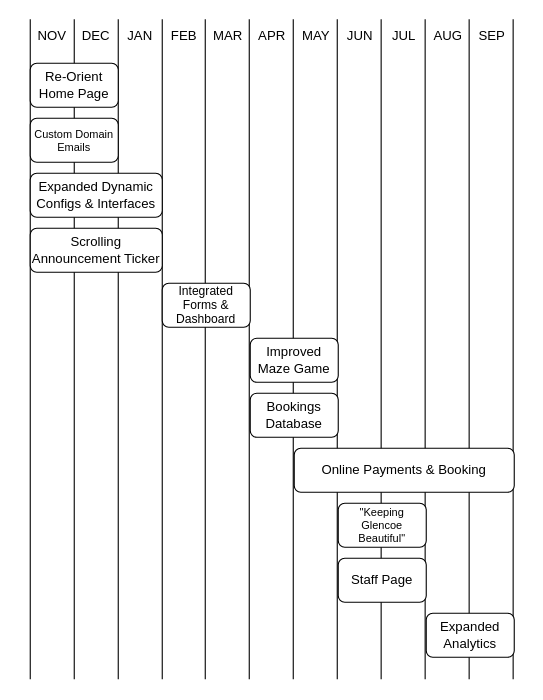
Earlier version of the draw.io diagram OMPP Roadmap.drawio (macglencoe/diagrams). Source tidied: cells renumbered, new cells numbered last; positions are measured from the earlier drawing's top-left corner, leaving out a move shared by most shapes. Both pictures are drawn from the tidied source at 110%, with x=0, y=0 at pixel (19, 19).
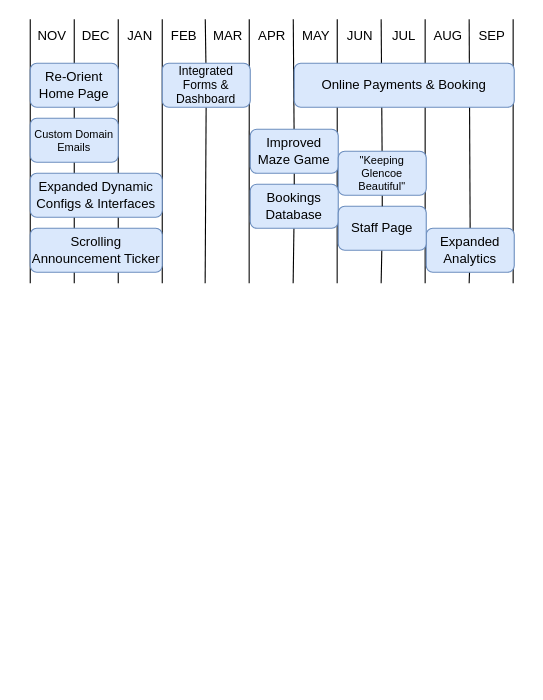
The same diagram, later.

Diff of the diagram source:
```diff
@@
     <mxCell id="2" style="endArrow=none;html=1;rounded=0;" parent="1" edge="1">
       <mxGeometry relative="1" as="geometry">
-        <mxPoint x="130" y="600" as="sourcePoint" />
+        <mxPoint x="130" y="240" as="sourcePoint" />
         <mxPoint x="130" as="targetPoint" />
       </mxGeometry>
     </mxCell>
     <mxCell id="3" style="endArrow=none;html=1;rounded=0;" parent="1" edge="1">
       <mxGeometry relative="1" as="geometry">
-        <mxPoint x="90" y="600" as="sourcePoint" />
+        <mxPoint x="90" y="240" as="sourcePoint" />
         <mxPoint x="90" as="targetPoint" />
       </mxGeometry>
     </mxCell>
     <mxCell id="4" style="endArrow=none;html=1;rounded=0;" parent="1" edge="1">
       <mxGeometry relative="1" as="geometry">
-        <mxPoint x="209.1" y="600" as="sourcePoint" />
+        <mxPoint x="209" y="240" as="sourcePoint" />
         <mxPoint x="209.1" as="targetPoint" />
       </mxGeometry>
     </mxCell>
-    <mxCell id="5" style="endArrow=none;html=1;rounded=0;" parent="1" edge="1">
+    <mxCell id="5" style="endArrow=none;html=1;rounded=0;" parent="1" edge="1" source="18">
       <mxGeometry relative="1" as="geometry">
-        <mxPoint x="169.1" y="600" as="sourcePoint" />
         <mxPoint x="169.1" as="targetPoint" />
       </mxGeometry>
     </mxCell>
     <mxCell id="6" style="endArrow=none;html=1;rounded=0;" parent="1" edge="1">
       <mxGeometry relative="1" as="geometry">
-        <mxPoint x="289.1" y="600" as="sourcePoint" />
+        <mxPoint x="289" y="240" as="sourcePoint" />
         <mxPoint x="289.1" as="targetPoint" />
       </mxGeometry>
     </mxCell>
-    <mxCell id="7" style="endArrow=none;html=1;rounded=0;" parent="1" edge="1">
+    <mxCell id="7" style="endArrow=none;html=1;rounded=0;" parent="1" edge="1" source="19">
       <mxGeometry relative="1" as="geometry">
-        <mxPoint x="249.1" y="600" as="sourcePoint" />
         <mxPoint x="249.1" as="targetPoint" />
       </mxGeometry>
     </mxCell>
     <mxCell id="8" style="endArrow=none;html=1;rounded=0;" parent="1" edge="1">
       <mxGeometry relative="1" as="geometry">
-        <mxPoint x="369" y="600" as="sourcePoint" />
+        <mxPoint x="369" y="240" as="sourcePoint" />
         <mxPoint x="369" as="targetPoint" />
       </mxGeometry>
     </mxCell>
-    <mxCell id="9" style="endArrow=none;html=1;rounded=0;" parent="1" edge="1">
+    <mxCell id="9" style="endArrow=none;html=1;rounded=0;" parent="1" edge="1" source="22">
       <mxGeometry relative="1" as="geometry">
-        <mxPoint x="329" y="600" as="sourcePoint" />
         <mxPoint x="329" as="targetPoint" />
       </mxGeometry>
     </mxCell>
     <mxCell id="10" style="endArrow=none;html=1;rounded=0;" parent="1" edge="1">
       <mxGeometry relative="1" as="geometry">
-        <mxPoint x="449" y="600" as="sourcePoint" />
+        <mxPoint x="449" y="240" as="sourcePoint" />
         <mxPoint x="449" as="targetPoint" />
       </mxGeometry>
     </mxCell>
-    <mxCell id="11" style="endArrow=none;html=1;rounded=0;" parent="1" edge="1">
+    <mxCell id="11" style="endArrow=none;html=1;rounded=0;" parent="1" edge="1" source="24">
       <mxGeometry relative="1" as="geometry">
-        <mxPoint x="409" y="600" as="sourcePoint" />
         <mxPoint x="409" as="targetPoint" />
       </mxGeometry>
     </mxCell>
     <mxCell id="12" style="endArrow=none;html=1;rounded=0;" parent="1" edge="1">
       <mxGeometry relative="1" as="geometry">
-        <mxPoint x="50" y="600" as="sourcePoint" />
+        <mxPoint x="50" y="240" as="sourcePoint" />
         <mxPoint x="50" as="targetPoint" />
       </mxGeometry>
     </mxCell>
     <mxCell id="13" style="endArrow=none;html=1;rounded=0;" parent="1" edge="1">
       <mxGeometry relative="1" as="geometry">
-        <mxPoint x="10" y="600" as="sourcePoint" />
+        <mxPoint x="10" y="240" as="sourcePoint" />
         <mxPoint x="10" as="targetPoint" />
       </mxGeometry>
     </mxCell>
-    <mxCell id="14" value="Re-Orient Home Page" style="rounded=1;whiteSpace=wrap;html=1;" parent="1" vertex="1">
+    <mxCell id="14" value="Re-Orient Home Page" style="rounded=1;whiteSpace=wrap;html=1;fillColor=#dae8fc;strokeColor=#6c8ebf;" parent="1" vertex="1">
       <mxGeometry x="10" y="40" width="80" height="40" as="geometry" />
     </mxCell>
-    <mxCell id="15" value="Custom Domain Emails" style="rounded=1;whiteSpace=wrap;html=1;fontSize=10;" parent="1" vertex="1">
+    <mxCell id="15" value="Custom Domain Emails" style="rounded=1;whiteSpace=wrap;html=1;fontSize=10;fillColor=#dae8fc;strokeColor=#6c8ebf;" parent="1" vertex="1">
       <mxGeometry x="10" y="90" width="80" height="40" as="geometry" />
     </mxCell>
-    <mxCell id="16" value="Expanded Dynamic Configs &amp;amp; Interfaces" style="rounded=1;whiteSpace=wrap;html=1;" parent="1" vertex="1">
+    <mxCell id="16" value="Expanded Dynamic Configs &amp;amp; Interfaces" style="rounded=1;whiteSpace=wrap;html=1;fillColor=#dae8fc;strokeColor=#6c8ebf;" parent="1" vertex="1">
       <mxGeometry x="10" y="140" width="120" height="40" as="geometry" />
     </mxCell>
-    <mxCell id="17" value="Scrolling Announcement Ticker" style="rounded=1;whiteSpace=wrap;html=1;" parent="1" vertex="1">
+    <mxCell id="17" value="Scrolling Announcement Ticker" style="rounded=1;whiteSpace=wrap;html=1;fillColor=#dae8fc;strokeColor=#6c8ebf;" parent="1" vertex="1">
       <mxGeometry x="10" y="190" width="120" height="40" as="geometry" />
     </mxCell>
-    <mxCell id="18" value="Integrated Forms &amp;amp; Dashboard" style="rounded=1;whiteSpace=wrap;html=1;fontSize=11;" parent="1" vertex="1">
-      <mxGeometry x="130" y="240" width="80" height="40" as="geometry" />
-    </mxCell>
-    <mxCell id="19" value="Improved Maze Game" style="rounded=1;whiteSpace=wrap;html=1;" parent="1" vertex="1">
-      <mxGeometry x="210" y="290" width="80" height="40" as="geometry" />
-    </mxCell>
-    <mxCell id="20" value="Bookings Database" style="rounded=1;whiteSpace=wrap;html=1;" parent="1" vertex="1">
-      <mxGeometry x="210" y="340" width="80" height="40" as="geometry" />
-    </mxCell>
-    <mxCell id="21" value="Online Payments &amp;amp; Booking" style="rounded=1;whiteSpace=wrap;html=1;" parent="1" vertex="1">
-      <mxGeometry x="250" y="390" width="200" height="40" as="geometry" />
+    <mxCell id="21" value="Online Payments &amp;amp; Booking" style="rounded=1;whiteSpace=wrap;html=1;fillColor=#dae8fc;strokeColor=#6c8ebf;" parent="1" vertex="1">
+      <mxGeometry x="250" y="40" width="200" height="40" as="geometry" />
     </mxCell>
-    <mxCell id="22" value="&quot;Keeping Glencoe Beautiful&quot;" style="rounded=1;whiteSpace=wrap;html=1;fontSize=10;" parent="1" vertex="1">
-      <mxGeometry x="290" y="440" width="80" height="40" as="geometry" />
-    </mxCell>
-    <mxCell id="23" value="Staff Page" style="rounded=1;whiteSpace=wrap;html=1;fontSize=12;" parent="1" vertex="1">
-      <mxGeometry x="290" y="490" width="80" height="40" as="geometry" />
-    </mxCell>
-    <mxCell id="24" value="Expanded Analytics" style="rounded=1;whiteSpace=wrap;html=1;fontSize=12;" parent="1" vertex="1">
-      <mxGeometry x="370" y="540" width="80" height="40" as="geometry" />
-    </mxCell>
@@
+    <mxCell id="36" style="endArrow=none;html=1;rounded=0;" parent="1" edge="1" target="18">
+      <mxGeometry relative="1" as="geometry">
+        <mxPoint x="169" y="240" as="sourcePoint" />
+      </mxGeometry>
+    </mxCell>
+    <mxCell id="18" value="Integrated Forms &amp;amp; Dashboard" style="rounded=1;whiteSpace=wrap;html=1;fontSize=11;fillColor=#dae8fc;strokeColor=#6c8ebf;" parent="1" vertex="1">
+      <mxGeometry x="130" y="40" width="80" height="40" as="geometry" />
+    </mxCell>
+    <mxCell id="37" style="endArrow=none;html=1;rounded=0;" parent="1" edge="1" target="20">
+      <mxGeometry relative="1" as="geometry">
+        <mxPoint x="249" y="240" as="sourcePoint" />
+      </mxGeometry>
+    </mxCell>
+    <mxCell id="20" value="Bookings Database" style="rounded=1;whiteSpace=wrap;html=1;fillColor=#dae8fc;strokeColor=#6c8ebf;" parent="1" vertex="1">
+      <mxGeometry x="210" y="150" width="80" height="40" as="geometry" />
+    </mxCell>
+    <mxCell id="38" style="endArrow=none;html=1;rounded=0;" parent="1" edge="1" target="24">
+      <mxGeometry relative="1" as="geometry">
+        <mxPoint x="409" y="240" as="sourcePoint" />
+      </mxGeometry>
+    </mxCell>
+    <mxCell id="24" value="Expanded Analytics" style="rounded=1;whiteSpace=wrap;html=1;fontSize=12;fillColor=#dae8fc;strokeColor=#6c8ebf;" parent="1" vertex="1">
+      <mxGeometry x="370" y="190" width="80" height="40" as="geometry" />
+    </mxCell>
+    <mxCell id="39" style="endArrow=none;html=1;rounded=0;" parent="1" edge="1" source="20" target="19">
+      <mxGeometry relative="1" as="geometry" />
+    </mxCell>
+    <mxCell id="19" value="Improved Maze Game" style="rounded=1;whiteSpace=wrap;html=1;fillColor=#dae8fc;strokeColor=#6c8ebf;" parent="1" vertex="1">
+      <mxGeometry x="210" y="100" width="80" height="40" as="geometry" />
+    </mxCell>
+    <mxCell id="40" style="endArrow=none;html=1;rounded=0;" parent="1" edge="1" target="23">
+      <mxGeometry relative="1" as="geometry">
+        <mxPoint x="329" y="240" as="sourcePoint" />
+      </mxGeometry>
+    </mxCell>
+    <mxCell id="23" value="Staff Page" style="rounded=1;whiteSpace=wrap;html=1;fontSize=12;fillColor=#dae8fc;strokeColor=#6c8ebf;" parent="1" vertex="1">
+      <mxGeometry x="290" y="170" width="80" height="40" as="geometry" />
+    </mxCell>
+    <mxCell id="41" style="endArrow=none;html=1;rounded=0;" parent="1" edge="1" source="23" target="22">
+      <mxGeometry relative="1" as="geometry" />
+    </mxCell>
+    <mxCell id="22" value="&quot;Keeping Glencoe Beautiful&quot;" style="rounded=1;whiteSpace=wrap;html=1;fontSize=10;fillColor=#dae8fc;strokeColor=#6c8ebf;" parent="1" vertex="1">
+      <mxGeometry x="290" y="120" width="80" height="40" as="geometry" />
+    </mxCell>
```
